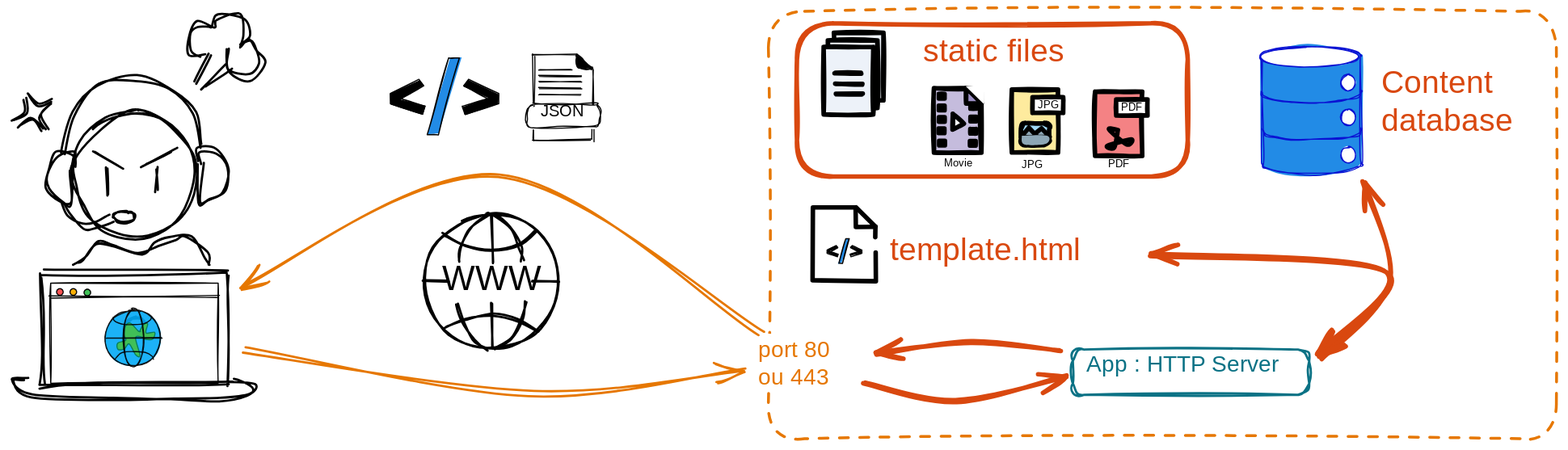
Before: notebooks/media/site-dynamic.excalidraw.svg, a diagram exported from Excalidraw (ue22-p25/backend). Source tidied: one line per element, renumbered; positions are measured from the earlier drawing's top-left corner, leaving out a move shared by most shapes.
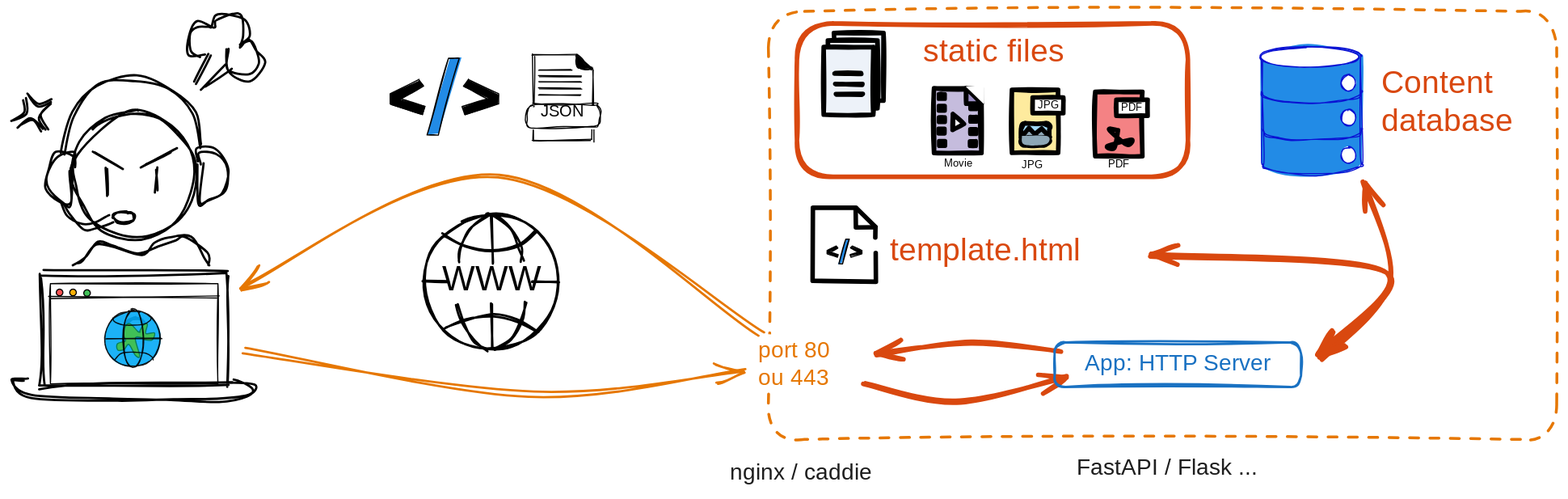
Above is the later version.

Commit message:
very light cosmetic tweak in the dynamic site figure

Change to the diagram source:
```diff
@@ -1,5 +1,3 @@
-{"id": 0, "type": "rectangle", "strokeColor": "#0b7285", "strokeWidth": 2, "roughness": 2, "round": true, "x": 939, "y": 299, "width": 209, "height": 40}
-{"id": 1, "type": "text", "text": "App : HTTP Server", "strokeColor": "#0b7285", "strokeWidth": 2, "roughness": 2, "fontSize": 20, "fontFamily": 1, "x": 951, "y": 302, "width": 186, "height": 24}
 {"id": 2, "type": "ellipse", "strokeColor": "#000", "strokeWidth": 2, "roughness": 2, "round": true, "x": 55, "y": 89, "width": 108, "height": 112}
 {"id": 3, "type": "line", "strokeColor": "#000", "strokeWidth": 2, "roughness": 2, "round": true, "x": 55, "y": 138, "width": 25, "height": 44, "points": [[0, 0], [0, -13], [-14, -11], [-25, 5], [-22, 22], [-10, 30], [0, 31], [0, 0]]}
 {"id": 4, "type": "line", "strokeColor": "#000", "strokeWidth": 2, "roughness": 2, "round": true, "x": 167, "y": 136, "width": 24, "height": 44, "points": [[0, 0], [0, -13], [14, -11], [24, 5], [22, 22], [10, 30], [0, 31], [0, 0]]}
@@ -117,3 +115,7 @@
 {"id": 116, "type": "text", "text": "Content \ndatabase", "strokeColor": "#d9480f", "strokeWidth": 4, "roughness": 1, "fontSize": 28, "fontFamily": 1, "x": 1212, "y": 48, "width": 133, "height": 67}
 {"id": 117, "type": "arrow", "strokeColor": "#d9480f", "strokeWidth": 4, "roughness": 1, "startArrowhead": "arrow", "endArrowhead": "arrow", "round": true, "from": 52, "x": 1157, "y": 306, "width": 61, "height": 156, "points": [[0, 0], [61, -66], [39, -156]]}
 {"id": 118, "type": "arrow", "strokeColor": "#d9480f", "strokeWidth": 4, "roughness": 1, "startArrowhead": "arrow", "endArrowhead": "arrow", "round": true, "from": 107, "to": 52, "x": 1007, "y": 215, "width": 208, "height": 87, "points": [[0, 0], [208, 14], [148, 87]]}
+{"id": 119, "type": "rectangle", "strokeColor": "#1971c2", "strokeWidth": 2, "roughness": 1, "round": true, "x": 923, "y": 292, "width": 218, "height": 39}
+{"id": 120, "type": "text", "text": "App: HTTP Server", "strokeColor": "#1971c2", "strokeWidth": 2, "roughness": 1, "fontSize": 20, "fontFamily": 5, "textAlign": "center", "verticalAlign": "middle", "inside": 119, "x": 956, "y": 300, "width": 152, "height": 25}
+{"id": 121, "type": "text", "text": "nginx / caddie", "strokeColor": "#1e1e1e", "strokeWidth": 2, "roughness": 1, "fontSize": 20, "fontFamily": 5, "x": 636, "y": 396, "width": 137, "height": 25}
+{"id": 122, "type": "text", "text": "FastAPI / Flask ...", "strokeColor": "#1e1e1e", "strokeWidth": 2, "roughness": 1, "fontSize": 20, "fontFamily": 5, "x": 942, "y": 392, "width": 186, "height": 25}
```
